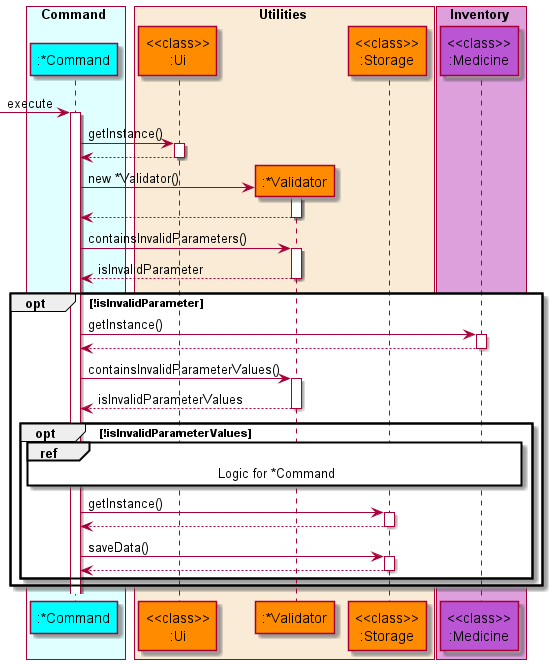
The PlantUML diagram docs/diagrams/diagram_images/ContainValidParametersAndValuesSequenceDiagram.png in nus-cs2113-AY2122S1/tp, before a commit. The source it was exported from:
```plantuml
@startuml ContainValidParametersAndValuesSequenceDiagram

!include style.puml

box Command COLOR_COMMAND_BOX
    participant ":*Command" as command COLOR_COMMAND
end box

box Utilities COLOR_UTILITIES_BOX
    participant "<<class>>\n:Ui" as ui COLOR_UTILITIES
    participant ":*Validator" as xvalidator COLOR_UTILITIES
    participant "<<class>>\n:Storage" as storage COLOR_UTILITIES
end box

box Inventory COLOR_INVENTORY_BOX
    participant "<<class>>\n:Medicine" as medicine COLOR_INVENTORY
end box

autoactivate on

-> command: execute
    command -> ui: getInstance()
    command <-- ui
    create xvalidator
    command -> xvalidator: new *Validator()
    command <-- xvalidator

    command -> xvalidator: containsInvalidParameters()
    command <-- xvalidator: isInvalidParameter

    opt !isInvalidParameter
        command -> medicine: getInstance()
        command <-- medicine
        command -> xvalidator: containsInvalidParameterValues()
        command <-- xvalidator: isInvalidParameterValues

        opt !isInvalidParameterValues
            ref over command, medicine
                Logic for *Command
            end ref
            command -> storage: getInstance()
            command <-- storage
            command -> storage: saveData()
            command <-- storage
        end
    end

@enduml
```
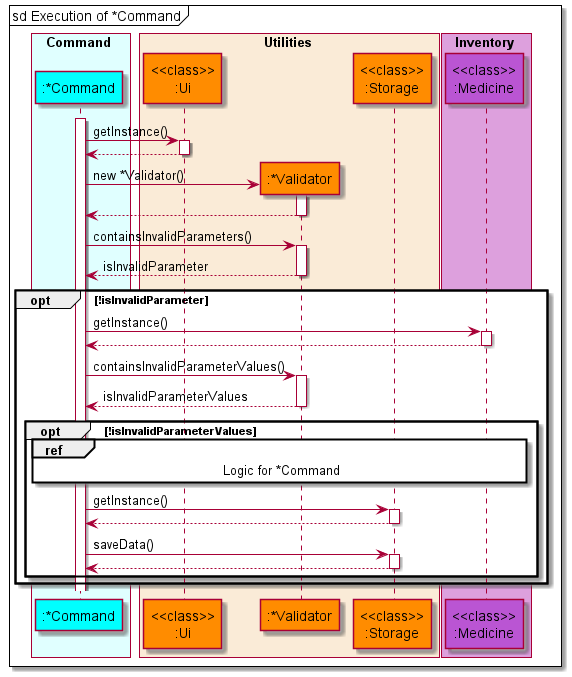
After the commit.

Commit message:
Add mainframe for parameter checker sequence diagram

The edit, as a diff of the source:
```diff
@@ -17,8 +17,8 @@
 end box
 
 autoactivate on
-
--> command: execute
+mainFrame sd Execution of *Command
+activate command
     command -> ui: getInstance()
     command <-- ui
     create xvalidator
```
